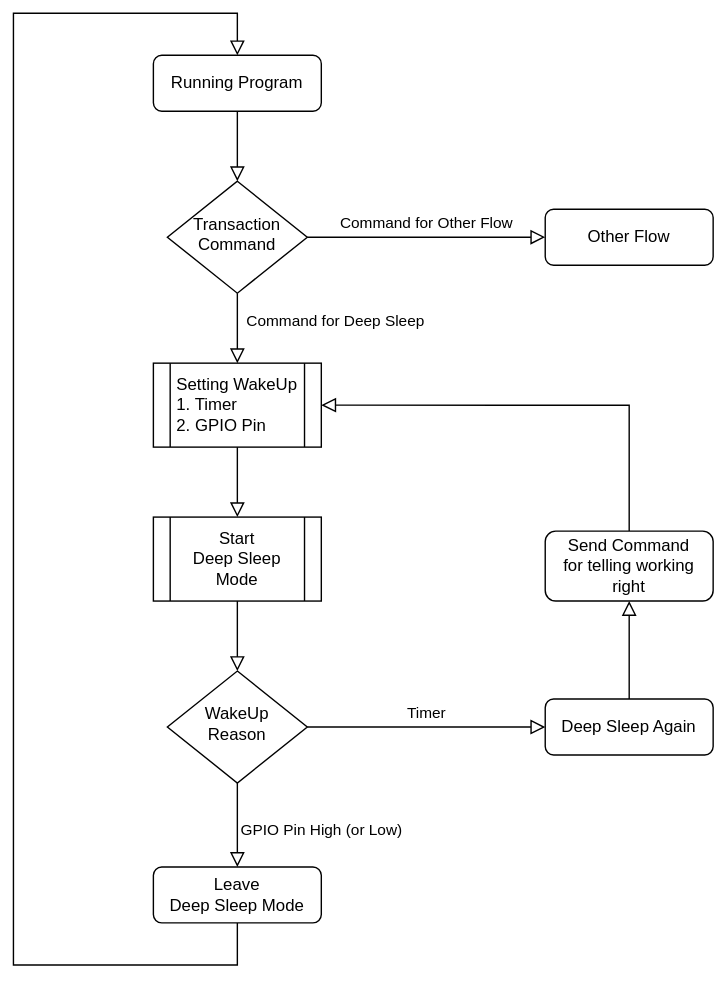
Avi-67/-Avi_67J_LogBoard keeps this draw.io diagram as Avi_67J_Esp32DeepSleepFlow.drawio.svg. Above is the earlier version. Source tidied: cells renumbered, new cells last; positions are measured from the earlier drawing's top-left corner, leaving out a move shared by most shapes.
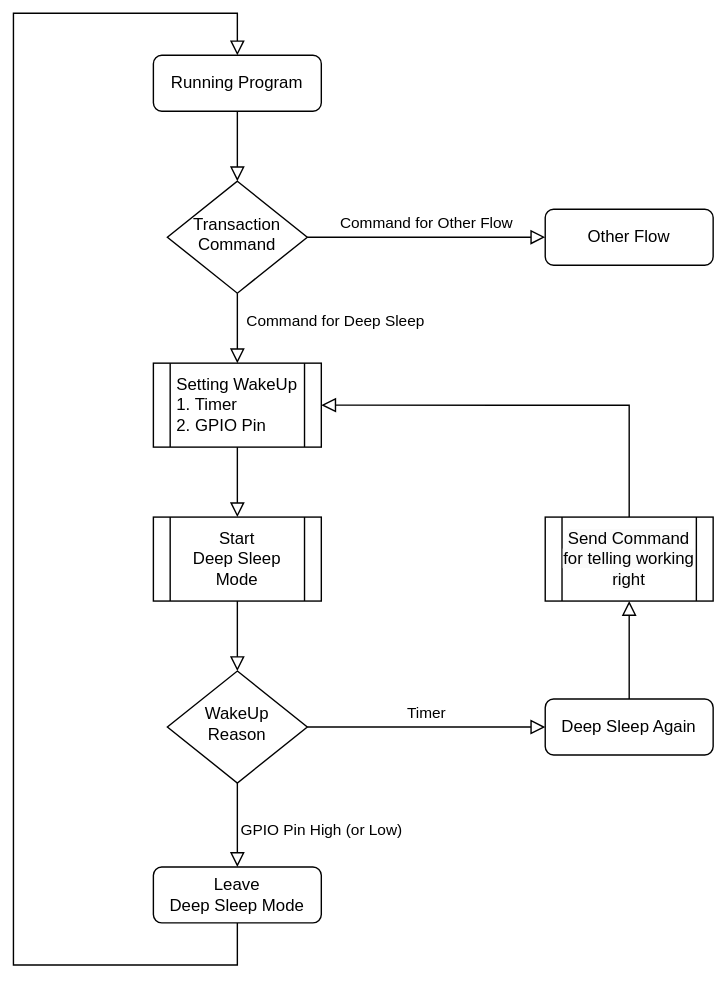
Later version of the same file.

The edit, as a diff of the source:
```diff
@@ -45,10 +45,7 @@
     <mxCell id="12" value="Leave&lt;br&gt;Deep Sleep Mode" style="rounded=1;whiteSpace=wrap;html=1;fontSize=12;glass=0;strokeWidth=1;shadow=0;" parent="1" vertex="1">
       <mxGeometry x="100" y="610" width="120" height="40" as="geometry" />
     </mxCell>
-    <mxCell id="13" style="edgeStyle=orthogonalEdgeStyle;rounded=0;jettySize=auto;html=1;entryX=1;entryY=0.5;entryDx=0;entryDy=0;endArrow=block;endFill=0;endSize=8;exitX=0.5;exitY=0;exitDx=0;exitDy=0;" parent="1" edge="1" source="20" target="17">
-      <mxGeometry relative="1" as="geometry" />
-    </mxCell>
-    <mxCell id="14" style="edgeStyle=orthogonalEdgeStyle;rounded=0;jettySize=auto;html=1;exitX=0.5;exitY=0;exitDx=0;exitDy=0;entryX=0.5;entryY=1;entryDx=0;entryDy=0;endArrow=block;endFill=0;endSize=8;" parent="1" edge="1" source="15" target="20">
+    <mxCell id="14" style="edgeStyle=orthogonalEdgeStyle;rounded=0;jettySize=auto;html=1;exitX=0.5;exitY=0;exitDx=0;exitDy=0;entryX=0.5;entryY=1;entryDx=0;entryDy=0;endSize=8;endArrow=block;endFill=0;" parent="1" edge="1" source="15" target="20">
       <mxGeometry relative="1" as="geometry" />
     </mxCell>
     <mxCell id="15" value="Deep Sleep Again" style="rounded=1;whiteSpace=wrap;html=1;fontSize=12;glass=0;strokeWidth=1;shadow=0;" parent="1" vertex="1">
@@ -66,8 +63,15 @@
     <mxCell id="19" value="Start&lt;br&gt;Deep Sleep Mode" style="shape=process;whiteSpace=wrap;html=1;backgroundOutline=1;" parent="1" vertex="1">
       <mxGeometry x="100" y="360" width="120" height="60" as="geometry" />
     </mxCell>
+    <mxCell id="13" style="edgeStyle=orthogonalEdgeStyle;rounded=0;jettySize=auto;html=1;entryX=1;entryY=0.5;entryDx=0;entryDy=0;endSize=8;endArrow=block;endFill=0;" parent="1" edge="1" source="20" target="17">
+      <mxGeometry relative="1" as="geometry">
+        <Array as="points">
+          <mxPoint x="440" y="280" />
+        </Array>
+      </mxGeometry>
+    </mxCell>
-    <mxCell id="20" value="Send Command&lt;br&gt;for telling working right" style="rounded=1;whiteSpace=wrap;html=1;fontSize=12;glass=0;strokeWidth=1;shadow=0;" parent="1" vertex="1">
-      <mxGeometry x="380" y="370" width="120" height="50" as="geometry" />
+    <mxCell id="20" value="&lt;span style=&quot;color: rgb(0, 0, 0); font-family: Helvetica; font-size: 12px; font-style: normal; font-variant-ligatures: normal; font-variant-caps: normal; font-weight: 400; letter-spacing: normal; orphans: 2; text-align: center; text-indent: 0px; text-transform: none; widows: 2; word-spacing: 0px; -webkit-text-stroke-width: 0px; background-color: rgb(251, 251, 251); text-decoration-thickness: initial; text-decoration-style: initial; text-decoration-color: initial; float: none; display: inline !important;&quot;&gt;Send Command&lt;/span&gt;&lt;br style=&quot;border-color: var(--border-color); color: rgb(0, 0, 0); font-family: Helvetica; font-size: 12px; font-style: normal; font-variant-ligatures: normal; font-variant-caps: normal; font-weight: 400; letter-spacing: normal; orphans: 2; text-align: center; text-indent: 0px; text-transform: none; widows: 2; word-spacing: 0px; -webkit-text-stroke-width: 0px; background-color: rgb(251, 251, 251); text-decoration-thickness: initial; text-decoration-style: initial; text-decoration-color: initial;&quot;&gt;&lt;span style=&quot;color: rgb(0, 0, 0); font-family: Helvetica; font-size: 12px; font-style: normal; font-variant-ligatures: normal; font-variant-caps: normal; font-weight: 400; letter-spacing: normal; orphans: 2; text-align: center; text-indent: 0px; text-transform: none; widows: 2; word-spacing: 0px; -webkit-text-stroke-width: 0px; background-color: rgb(251, 251, 251); text-decoration-thickness: initial; text-decoration-style: initial; text-decoration-color: initial; float: none; display: inline !important;&quot;&gt;for telling working right&lt;/span&gt;" style="shape=process;whiteSpace=wrap;html=1;backgroundOutline=1;" parent="1" vertex="1">
+      <mxGeometry x="380" y="360" width="120" height="60" as="geometry" />
     </mxCell>
   </root>
 </mxGraphModel>
```
